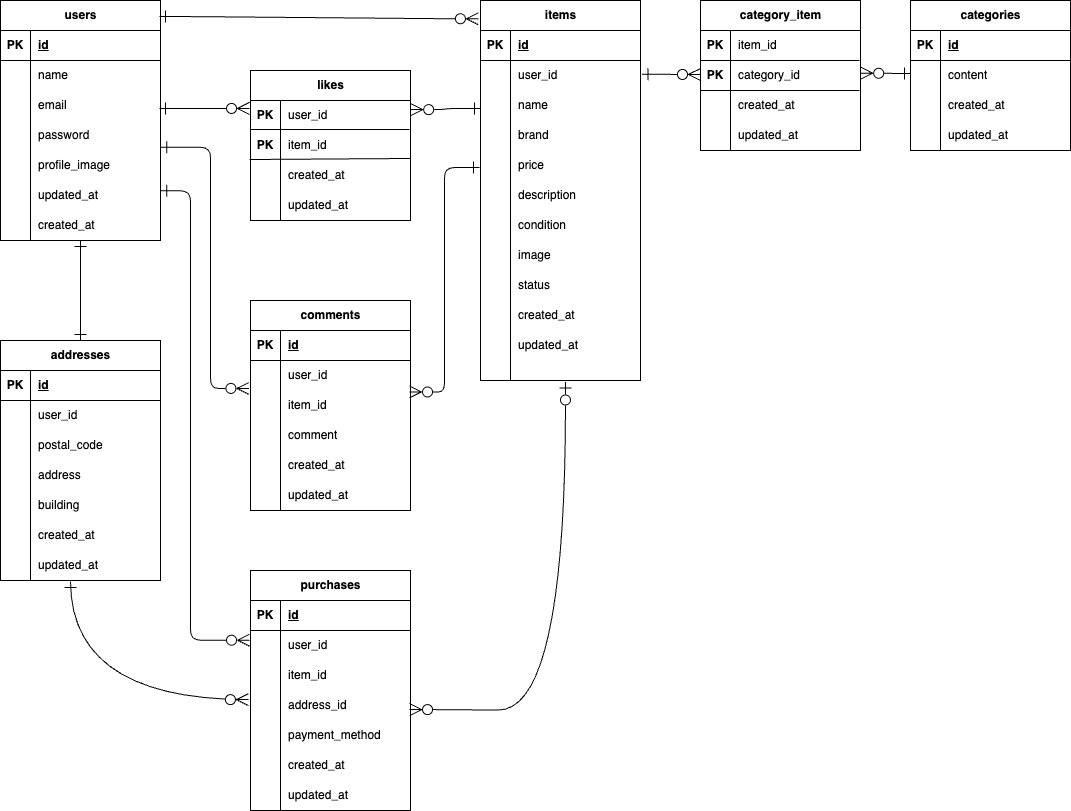
Before: er.png, a diagram exported from draw.io (IshigakiAya/practice-project-flea-market). Source tidied: cells renumbered, new cells last; positions are measured from the earlier drawing's top-left corner, leaving out a move shared by most shapes.
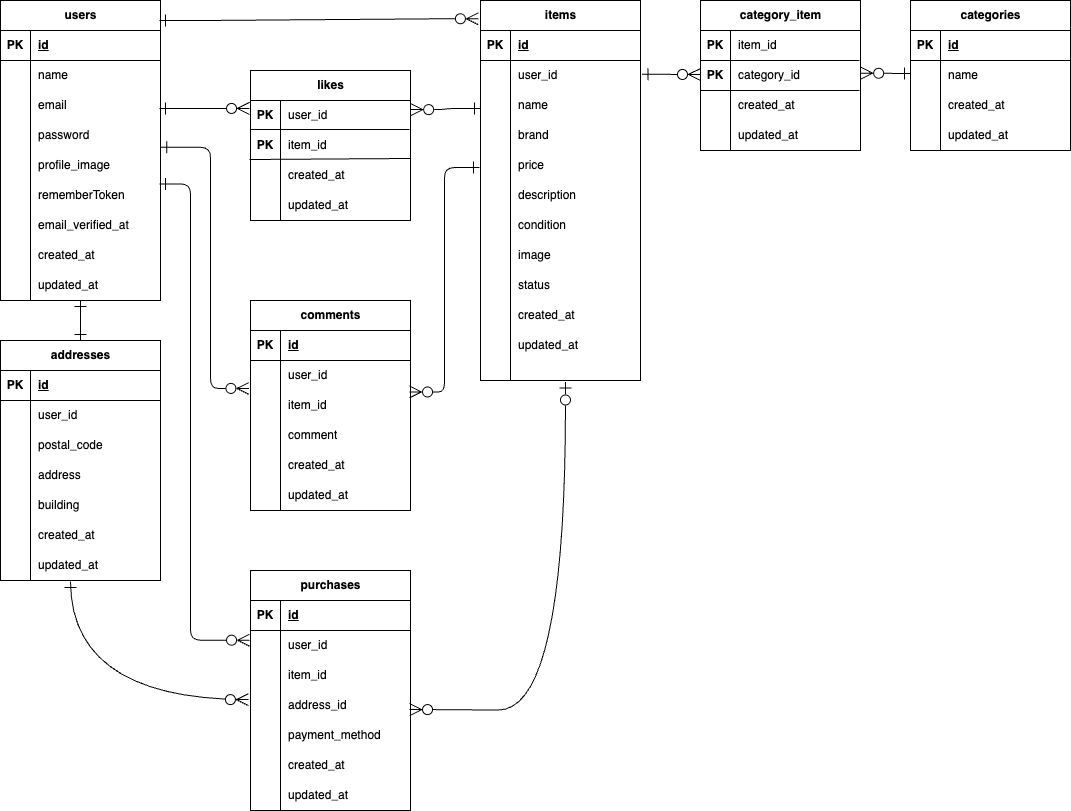
The same file after the commit.

Change to the diagram source:
```diff
@@ -131,7 +131,7 @@
     <mxCell id="44" style="shape=partialRectangle;fillColor=none;top=0;left=0;bottom=0;right=0;overflow=hidden;whiteSpace=wrap;html=1;" parent="43" vertex="1">
       <mxGeometry width="30" height="30" as="geometry" />
     </mxCell>
-    <mxCell id="45" value="content" style="shape=partialRectangle;fillColor=none;top=0;left=0;bottom=0;right=0;align=left;spacingLeft=6;overflow=hidden;whiteSpace=wrap;html=1;" parent="43" vertex="1">
+    <mxCell id="45" value="name" style="shape=partialRectangle;fillColor=none;top=0;left=0;bottom=0;right=0;align=left;spacingLeft=6;overflow=hidden;whiteSpace=wrap;html=1;" parent="43" vertex="1">
       <mxGeometry x="30" width="130" height="30" as="geometry" />
     </mxCell>
     <mxCell id="46" style="shape=tableRow;horizontal=0;startSize=0;swimlaneHead=0;swimlaneBody=0;fillColor=none;top=0;left=0;right=0;bottom=0;" parent="39" vertex="1">
@@ -387,7 +387,7 @@
       <mxGeometry x="30" width="130" height="30" as="geometry" />
     </mxCell>
     <mxCell id="130" value="users" style="shape=table;startSize=30;rowLines=0;fontStyle=1;align=center;html=1;" parent="1" vertex="1">
-      <mxGeometry width="160" height="240" as="geometry" />
+      <mxGeometry width="160" height="300" as="geometry" />
     </mxCell>
     <mxCell id="131" style="shape=tableRow;horizontal=0;startSize=0;swimlaneHead=0;swimlaneBody=0;fillColor=none;top=0;left=0;right=0;bottom=1;" parent="130" vertex="1">
       <mxGeometry y="30" width="160" height="30" as="geometry" />
@@ -434,8 +434,35 @@
     <mxCell id="145" value="profile_image" style="shape=partialRectangle;fillColor=none;top=0;left=0;bottom=0;right=0;align=left;spacingLeft=6;overflow=hidden;whiteSpace=wrap;html=1;" parent="143" vertex="1">
       <mxGeometry x="30" width="130" height="30" as="geometry" />
     </mxCell>
+    <mxCell id="178" style="shape=tableRow;horizontal=0;startSize=0;swimlaneHead=0;swimlaneBody=0;fillColor=none;points=[[0,0.5],[1,0.5]];portConstraint=eastwest;top=0;left=0;right=0;bottom=0;" parent="130" vertex="1">
+      <mxGeometry y="180" width="160" height="30" as="geometry" />
+    </mxCell>
+    <mxCell id="179" style="shape=partialRectangle;fillColor=none;top=0;left=0;bottom=0;right=0;overflow=hidden;whiteSpace=wrap;html=1;" parent="178" vertex="1">
+      <mxGeometry width="30" height="30" as="geometry" />
+    </mxCell>
+    <mxCell id="180" value="rememberToken" style="shape=partialRectangle;fillColor=none;top=0;left=0;bottom=0;right=0;align=left;spacingLeft=6;overflow=hidden;whiteSpace=wrap;html=1;" parent="178" vertex="1">
+      <mxGeometry x="30" width="130" height="30" as="geometry" />
+    </mxCell>
+    <mxCell id="181" style="shape=tableRow;horizontal=0;startSize=0;swimlaneHead=0;swimlaneBody=0;fillColor=none;top=0;left=0;right=0;bottom=0;" parent="130" vertex="1">
+      <mxGeometry y="210" width="160" height="30" as="geometry" />
+    </mxCell>
+    <mxCell id="182" style="shape=partialRectangle;fillColor=none;top=0;left=0;bottom=0;right=0;overflow=hidden;whiteSpace=wrap;html=1;" parent="181" vertex="1">
+      <mxGeometry width="30" height="30" as="geometry" />
+    </mxCell>
+    <mxCell id="183" value="email_verified_at" style="shape=partialRectangle;fillColor=none;top=0;left=0;bottom=0;right=0;align=left;spacingLeft=6;overflow=hidden;whiteSpace=wrap;html=1;" parent="181" vertex="1">
+      <mxGeometry x="30" width="130" height="30" as="geometry" />
+    </mxCell>
+    <mxCell id="149" style="shape=tableRow;horizontal=0;startSize=0;swimlaneHead=0;swimlaneBody=0;fillColor=none;top=0;left=0;right=0;bottom=0;" parent="130" vertex="1">
+      <mxGeometry y="240" width="160" height="30" as="geometry" />
+    </mxCell>
+    <mxCell id="150" style="shape=partialRectangle;fillColor=none;top=0;left=0;bottom=0;right=0;overflow=hidden;whiteSpace=wrap;html=1;" parent="149" vertex="1">
+      <mxGeometry width="30" height="30" as="geometry" />
+    </mxCell>
+    <mxCell id="151" value="created_at" style="shape=partialRectangle;fillColor=none;top=0;left=0;bottom=0;right=0;align=left;spacingLeft=6;overflow=hidden;whiteSpace=wrap;html=1;" parent="149" vertex="1">
+      <mxGeometry x="30" width="130" height="30" as="geometry" />
+    </mxCell>
     <mxCell id="146" style="shape=tableRow;horizontal=0;startSize=0;swimlaneHead=0;swimlaneBody=0;fillColor=none;points=[[0,0.5],[1,0.5]];portConstraint=eastwest;top=0;left=0;right=0;bottom=0;" parent="130" vertex="1">
-      <mxGeometry y="180" width="160" height="30" as="geometry" />
+      <mxGeometry y="270" width="160" height="30" as="geometry" />
     </mxCell>
     <mxCell id="147" style="shape=partialRectangle;fillColor=none;top=0;left=0;bottom=0;right=0;overflow=hidden;whiteSpace=wrap;html=1;" parent="146" vertex="1">
       <mxGeometry width="30" height="30" as="geometry" />
@@ -443,15 +470,6 @@
     <mxCell id="148" value="updated_at" style="shape=partialRectangle;fillColor=none;top=0;left=0;bottom=0;right=0;align=left;spacingLeft=6;overflow=hidden;whiteSpace=wrap;html=1;" parent="146" vertex="1">
       <mxGeometry x="30" width="130" height="30" as="geometry" />
     </mxCell>
-    <mxCell id="149" style="shape=tableRow;horizontal=0;startSize=0;swimlaneHead=0;swimlaneBody=0;fillColor=none;top=0;left=0;right=0;bottom=0;" parent="130" vertex="1">
-      <mxGeometry y="210" width="160" height="30" as="geometry" />
-    </mxCell>
-    <mxCell id="150" style="shape=partialRectangle;fillColor=none;top=0;left=0;bottom=0;right=0;overflow=hidden;whiteSpace=wrap;html=1;" parent="149" vertex="1">
-      <mxGeometry width="30" height="30" as="geometry" />
-    </mxCell>
-    <mxCell id="151" value="created_at" style="shape=partialRectangle;fillColor=none;top=0;left=0;bottom=0;right=0;align=left;spacingLeft=6;overflow=hidden;whiteSpace=wrap;html=1;" parent="149" vertex="1">
-      <mxGeometry x="30" width="130" height="30" as="geometry" />
-    </mxCell>
     <mxCell id="152" style="edgeStyle=entityRelationEdgeStyle;fontSize=12;html=1;endArrow=ERzeroToMany;startArrow=ERone;endSize=10;startSize=10;startFill=0;entryX=-0.013;entryY=0.048;entryDx=0;entryDy=0;entryPerimeter=0;exitX=0.994;exitY=0.067;exitDx=0;exitDy=0;exitPerimeter=0;" parent="1" edge="1" source="130" target="2">
       <mxGeometry relative="1" as="geometry">
         <Array as="points">
@@ -509,7 +527,7 @@
     <mxCell id="168" style="fontSize=12;html=1;endArrow=ERone;startArrow=ERone;startFill=0;endFill=0;endSize=10;startSize=10;" parent="1" edge="1">
       <mxGeometry relative="1" as="geometry">
         <mxPoint x="80" y="340" as="sourcePoint" />
-        <mxPoint x="80" y="240" as="targetPoint" />
+        <mxPoint x="80" y="300" as="targetPoint" />
       </mxGeometry>
     </mxCell>
     <mxCell id="169" style="edgeStyle=orthogonalEdgeStyle;fontSize=12;html=1;endArrow=ERzeroToMany;startArrow=ERone;entryX=-0.013;entryY=0.304;entryDx=0;entryDy=0;entryPerimeter=0;curved=1;endSize=10;startSize=10;startFill=0;" parent="1" edge="1" target="96">
@@ -528,11 +546,11 @@
     <mxCell id="171" style="edgeStyle=elbowEdgeStyle;fontSize=12;html=1;endArrow=ERone;startArrow=ERzeroToMany;exitX=0.994;exitY=0.049;exitDx=0;exitDy=0;exitPerimeter=0;entryX=-0.006;entryY=0.567;entryDx=0;entryDy=0;entryPerimeter=0;endSize=10;startSize=10;startFill=0;endFill=0;" parent="1" edge="1" source="74" target="15">
       <mxGeometry relative="1" as="geometry" />
     </mxCell>
-    <mxCell id="172" style="edgeStyle=orthogonalEdgeStyle;fontSize=12;html=1;endArrow=ERone;startArrow=ERzeroToMany;exitX=-0.006;exitY=0.324;exitDx=0;exitDy=0;exitPerimeter=0;entryX=1.001;entryY=0.343;entryDx=0;entryDy=0;entryPerimeter=0;endSize=10;startSize=10;startFill=0;endFill=0;" parent="1" edge="1" source="90" target="146">
+    <mxCell id="172" style="edgeStyle=orthogonalEdgeStyle;fontSize=12;html=1;endArrow=ERone;startArrow=ERzeroToMany;exitX=-0.006;exitY=0.324;exitDx=0;exitDy=0;exitPerimeter=0;endSize=10;startSize=10;startFill=0;endFill=0;entryX=0.994;entryY=0.113;entryDx=0;entryDy=0;entryPerimeter=0;" parent="1" edge="1" source="90" target="178">
       <mxGeometry relative="1" as="geometry">
         <Array as="points">
           <mxPoint x="190" y="640" />
-          <mxPoint x="190" y="190" />
+          <mxPoint x="190" y="183" />
         </Array>
       </mxGeometry>
     </mxCell>
```
